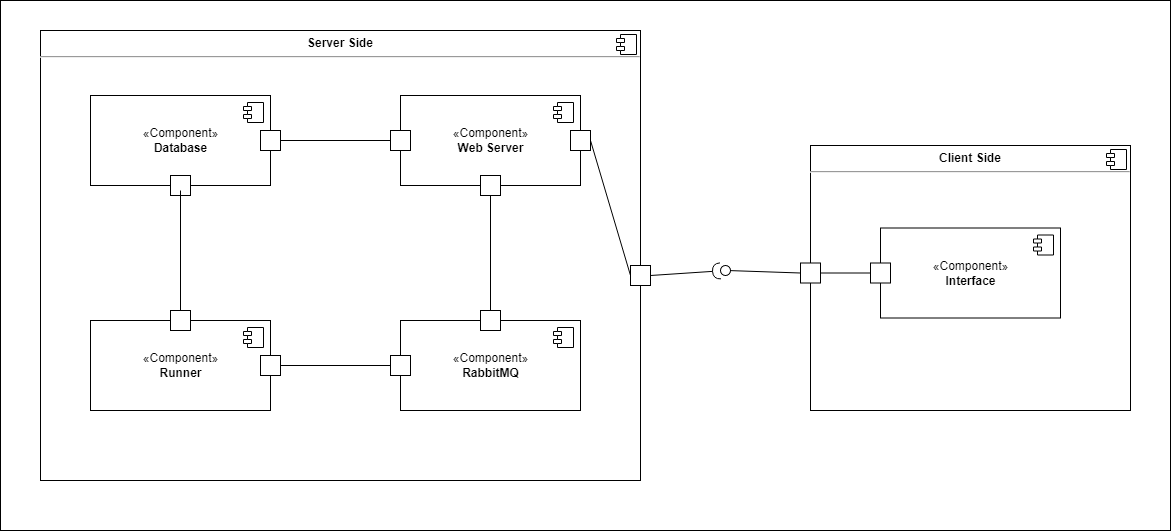
The draw.io diagram resources/component.png in eshelukhina/HSE2022-MyHWProj, before a commit. Source tidied: cells renumbered, new cells last; positions are measured from the earlier drawing's top-left corner, leaving out a move shared by most shapes.
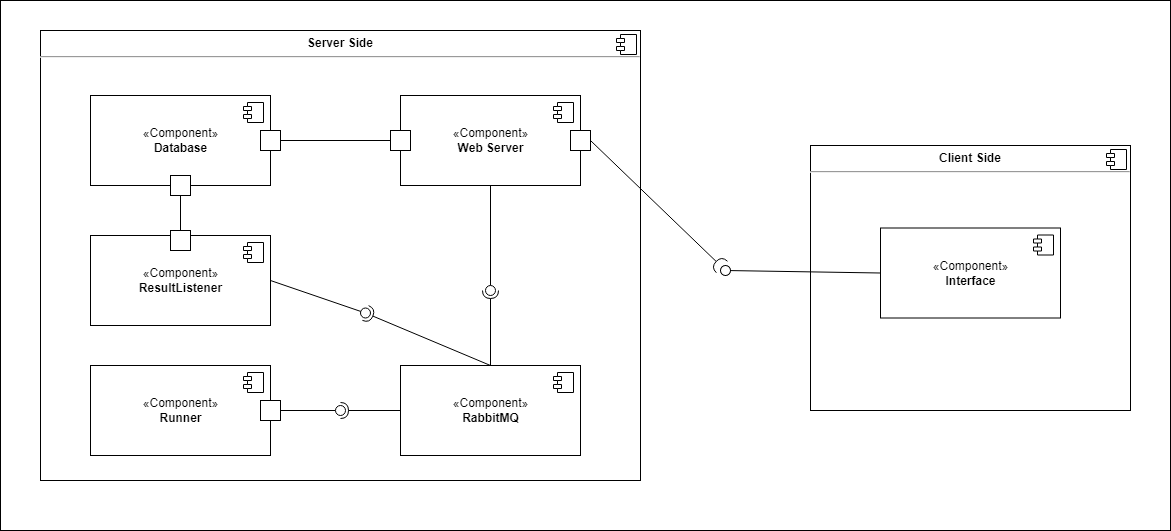
Above is the later version.

The edit, as a diff of the source:
```diff
@@ -5,137 +5,137 @@
     <mxCell id="2" style="rounded=0;whiteSpace=wrap;html=1;fontSize=34;" parent="1" vertex="1">
       <mxGeometry width="1170" height="530" as="geometry" />
     </mxCell>
-    <mxCell id="3" value="&lt;p style=&quot;margin:0px;margin-top:6px;text-align:center;&quot;&gt;&lt;b&gt;Client Side&lt;/b&gt;&lt;/p&gt;&lt;hr&gt;&lt;p style=&quot;margin:0px;margin-left:8px;&quot;&gt;&lt;br&gt;&lt;/p&gt;" style="align=left;overflow=fill;html=1;fontSize=12;" parent="1" vertex="1">
-      <mxGeometry x="810" y="145" width="320" height="265" as="geometry" />
+    <mxCell id="3" value="&lt;p style=&quot;margin:0px;margin-top:6px;text-align:center;&quot;&gt;&lt;b&gt;Server Side&lt;/b&gt;&lt;/p&gt;&lt;hr&gt;&lt;p style=&quot;margin:0px;margin-left:8px;&quot;&gt;&lt;br&gt;&lt;/p&gt;" style="align=left;overflow=fill;html=1;fontSize=12;" parent="1" vertex="1">
+      <mxGeometry x="40" y="30" width="600" height="450" as="geometry" />
     </mxCell>
     <mxCell id="4" style="shape=component;jettyWidth=8;jettyHeight=4;fontSize=12;" parent="3" vertex="1">
       <mxGeometry x="1" width="20" height="20" relative="1" as="geometry">
         <mxPoint x="-24" y="4" as="offset" />
       </mxGeometry>
     </mxCell>
-    <mxCell id="5" style="rounded=0;whiteSpace=wrap;html=1;fontSize=12;" parent="1" vertex="1">
-      <mxGeometry x="800" y="262.5" width="20" height="20" as="geometry" />
+    <mxCell id="5" value="&lt;p style=&quot;margin:0px;margin-top:6px;text-align:center;&quot;&gt;&lt;b&gt;Client Side&lt;/b&gt;&lt;/p&gt;&lt;hr&gt;&lt;p style=&quot;margin:0px;margin-left:8px;&quot;&gt;&lt;br&gt;&lt;/p&gt;" style="align=left;overflow=fill;html=1;fontSize=12;" parent="1" vertex="1">
+      <mxGeometry x="810" y="145" width="320" height="265" as="geometry" />
     </mxCell>
-    <mxCell id="6" style="rounded=0;jettySize=auto;html=1;endArrow=halfCircle;endFill=0;endSize=6;strokeWidth=1;sketch=0;fontSize=12;exitX=1;exitY=0.5;exitDx=0;exitDy=0;" parent="1" edge="1" source="30" target="21">
-      <mxGeometry relative="1" as="geometry" />
+    <mxCell id="6" style="shape=component;jettyWidth=8;jettyHeight=4;fontSize=12;" parent="5" vertex="1">
+      <mxGeometry x="1" width="20" height="20" relative="1" as="geometry">
+        <mxPoint x="-24" y="4" as="offset" />
+      </mxGeometry>
     </mxCell>
-    <mxCell id="7" style="rounded=0;jettySize=auto;html=1;endArrow=none;endFill=0;sketch=0;targetPerimeterSpacing=0;fontSize=12;exitX=0;exitY=0.5;exitDx=0;exitDy=0;startArrow=none;" parent="1" edge="1" source="21">
-      <mxGeometry relative="1" as="geometry">
-        <mxPoint x="730" y="270" as="targetPoint" />
-      </mxGeometry>
+    <mxCell id="7" style="rounded=0;jettySize=auto;html=1;endArrow=halfCircle;endFill=0;endSize=6;strokeWidth=1;sketch=0;fontSize=12;exitX=1;exitY=0.5;exitDx=0;exitDy=0;" parent="1" edge="1" source="21" target="19">
+      <mxGeometry relative="1" as="geometry" />
     </mxCell>
-    <mxCell id="8" style="whiteSpace=wrap;html=1;" parent="1" vertex="1">
-      <mxGeometry x="280" y="260" width="30" height="30" as="geometry" />
+    <mxCell id="8" style="rounded=0;jettySize=auto;html=1;endArrow=none;endFill=0;sketch=0;targetPerimeterSpacing=0;fontSize=12;exitX=0;exitY=0.5;exitDx=0;exitDy=0;startArrow=none;" parent="1" edge="1" source="19">
+      <mxGeometry relative="1" as="geometry">
+        <mxPoint x="730" y="270" as="targetPoint" />
+      </mxGeometry>
     </mxCell>
-    <mxCell id="9" value="&lt;p style=&quot;margin:0px;margin-top:6px;text-align:center;&quot;&gt;&lt;b&gt;Server Side&lt;/b&gt;&lt;/p&gt;&lt;hr&gt;&lt;p style=&quot;margin:0px;margin-left:8px;&quot;&gt;&lt;br&gt;&lt;/p&gt;" style="align=left;overflow=fill;html=1;fontSize=12;" parent="1" vertex="1">
-      <mxGeometry x="40" y="30" width="600" height="450" as="geometry" />
+    <mxCell id="9" value="«Component»&lt;br&gt;&lt;b&gt;Runner&lt;/b&gt;" style="html=1;fontSize=12;" parent="1" vertex="1">
+      <mxGeometry x="90" y="365" width="180" height="90" as="geometry" />
     </mxCell>
-    <mxCell id="10" style="shape=component;jettyWidth=8;jettyHeight=4;fontSize=12;" parent="9" vertex="1">
+    <mxCell id="10" style="shape=module;jettyWidth=8;jettyHeight=4;fontSize=12;" parent="9" vertex="1">
       <mxGeometry x="1" width="20" height="20" relative="1" as="geometry">
-        <mxPoint x="-24" y="4" as="offset" />
+        <mxPoint x="-27" y="7" as="offset" />
       </mxGeometry>
     </mxCell>
-    <mxCell id="11" value="«Component»&lt;br&gt;&lt;b&gt;Runner&lt;/b&gt;" style="html=1;fontSize=12;" parent="1" vertex="1">
-      <mxGeometry x="90" y="320" width="180" height="90" as="geometry" />
+    <mxCell id="11" value="«Component»&lt;br&gt;&lt;b&gt;Database&lt;/b&gt;" style="html=1;fontSize=12;" parent="1" vertex="1">
+      <mxGeometry x="90" y="95" width="180" height="90" as="geometry" />
     </mxCell>
     <mxCell id="12" style="shape=module;jettyWidth=8;jettyHeight=4;fontSize=12;" parent="11" vertex="1">
       <mxGeometry x="1" width="20" height="20" relative="1" as="geometry">
         <mxPoint x="-27" y="7" as="offset" />
       </mxGeometry>
     </mxCell>
-    <mxCell id="13" value="«Component»&lt;br&gt;&lt;b&gt;Database&lt;/b&gt;" style="html=1;fontSize=12;" parent="1" vertex="1">
-      <mxGeometry x="90" y="95" width="180" height="90" as="geometry" />
+    <mxCell id="13" value="«Component»&lt;br&gt;&lt;b&gt;RabbitMQ&lt;/b&gt;" style="html=1;fontSize=12;" parent="1" vertex="1">
+      <mxGeometry x="400" y="365" width="180" height="90" as="geometry" />
     </mxCell>
     <mxCell id="14" style="shape=module;jettyWidth=8;jettyHeight=4;fontSize=12;" parent="13" vertex="1">
       <mxGeometry x="1" width="20" height="20" relative="1" as="geometry">
         <mxPoint x="-27" y="7" as="offset" />
       </mxGeometry>
     </mxCell>
-    <mxCell id="15" value="«Component»&lt;br&gt;&lt;b&gt;RabbitMQ&lt;/b&gt;" style="html=1;fontSize=12;" parent="1" vertex="1">
-      <mxGeometry x="400" y="320" width="180" height="90" as="geometry" />
+    <mxCell id="15" value="«Component»&lt;br&gt;&lt;b&gt;Interface&lt;/b&gt;" style="html=1;fontSize=12;" parent="1" vertex="1">
+      <mxGeometry x="880" y="227.5" width="180" height="90" as="geometry" />
     </mxCell>
     <mxCell id="16" style="shape=module;jettyWidth=8;jettyHeight=4;fontSize=12;" parent="15" vertex="1">
       <mxGeometry x="1" width="20" height="20" relative="1" as="geometry">
         <mxPoint x="-27" y="7" as="offset" />
       </mxGeometry>
     </mxCell>
-    <mxCell id="17" value="«Component»&lt;br&gt;&lt;b&gt;Interface&lt;/b&gt;" style="html=1;fontSize=12;" parent="1" vertex="1">
-      <mxGeometry x="880" y="227.5" width="180" height="90" as="geometry" />
+    <mxCell id="17" value="«Component»&lt;br&gt;&lt;b&gt;Web Server&lt;/b&gt;" style="html=1;fontSize=12;" parent="1" vertex="1">
+      <mxGeometry x="400" y="95" width="180" height="90" as="geometry" />
     </mxCell>
     <mxCell id="18" style="shape=module;jettyWidth=8;jettyHeight=4;fontSize=12;" parent="17" vertex="1">
       <mxGeometry x="1" width="20" height="20" relative="1" as="geometry">
         <mxPoint x="-27" y="7" as="offset" />
       </mxGeometry>
     </mxCell>
-    <mxCell id="19" value="«Component»&lt;br&gt;&lt;b&gt;Web Server&lt;/b&gt;" style="html=1;fontSize=12;" parent="1" vertex="1">
-      <mxGeometry x="400" y="95" width="180" height="90" as="geometry" />
+    <mxCell id="19" style="ellipse;whiteSpace=wrap;html=1;align=center;points=[];outlineConnect=0;sketch=0;fontSize=12;rotation=45;" parent="1" vertex="1">
+      <mxGeometry x="720" y="265" width="10" height="10" as="geometry" />
     </mxCell>
-    <mxCell id="20" style="shape=module;jettyWidth=8;jettyHeight=4;fontSize=12;" parent="19" vertex="1">
-      <mxGeometry x="1" width="20" height="20" relative="1" as="geometry">
-        <mxPoint x="-27" y="7" as="offset" />
-      </mxGeometry>
+    <mxCell id="20" style="rounded=0;jettySize=auto;html=1;endArrow=none;endFill=0;sketch=0;sourcePerimeterSpacing=0;fontSize=12;exitX=0;exitY=0.5;exitDx=0;exitDy=0;" parent="1" edge="1" source="15" target="19">
+      <mxGeometry relative="1" as="geometry" />
     </mxCell>
-    <mxCell id="21" style="ellipse;whiteSpace=wrap;html=1;align=center;points=[];outlineConnect=0;sketch=0;fontSize=12;rotation=45;" parent="1" vertex="1">
-      <mxGeometry x="720" y="265" width="10" height="10" as="geometry" />
+    <mxCell id="21" style="rounded=0;whiteSpace=wrap;html=1;fontSize=12;" parent="1" vertex="1">
+      <mxGeometry x="570" y="130" width="20" height="20" as="geometry" />
     </mxCell>
-    <mxCell id="22" style="rounded=0;jettySize=auto;html=1;endArrow=none;endFill=0;sketch=0;sourcePerimeterSpacing=0;fontSize=12;exitX=0;exitY=0.5;exitDx=0;exitDy=0;" parent="1" edge="1" source="5" target="21">
-      <mxGeometry relative="1" as="geometry" />
+    <mxCell id="22" style="rounded=0;whiteSpace=wrap;html=1;fontSize=12;" parent="1" vertex="1">
+      <mxGeometry x="390" y="130" width="20" height="20" as="geometry" />
     </mxCell>
     <mxCell id="23" style="rounded=0;whiteSpace=wrap;html=1;fontSize=12;" parent="1" vertex="1">
-      <mxGeometry x="870" y="262.5" width="20" height="20" as="geometry" />
+      <mxGeometry x="170" y="175" width="20" height="20" as="geometry" />
     </mxCell>
     <mxCell id="24" style="rounded=0;whiteSpace=wrap;html=1;fontSize=12;" parent="1" vertex="1">
-      <mxGeometry x="170" y="310" width="20" height="20" as="geometry" />
+      <mxGeometry x="260" y="400" width="20" height="20" as="geometry" />
     </mxCell>
     <mxCell id="25" style="rounded=0;whiteSpace=wrap;html=1;fontSize=12;" parent="1" vertex="1">
-      <mxGeometry x="390" y="355" width="20" height="20" as="geometry" />
+      <mxGeometry x="260" y="130" width="20" height="20" as="geometry" />
     </mxCell>
     <mxCell id="26" style="rounded=0;whiteSpace=wrap;html=1;fontSize=12;" parent="1" vertex="1">
-      <mxGeometry x="570" y="130" width="20" height="20" as="geometry" />
+      <mxGeometry x="390" y="130" width="20" height="20" as="geometry" />
     </mxCell>
-    <mxCell id="27" style="rounded=0;whiteSpace=wrap;html=1;fontSize=12;" parent="1" vertex="1">
-      <mxGeometry x="390" y="130" width="20" height="20" as="geometry" />
+    <mxCell id="27" style="rounded=0;jettySize=auto;html=1;endArrow=none;endFill=0;sketch=0;sourcePerimeterSpacing=0;fontSize=12;exitX=1;exitY=0.5;exitDx=0;exitDy=0;entryX=0;entryY=0.5;entryDx=0;entryDy=0;" parent="1" edge="1" source="25" target="26">
+      <mxGeometry relative="1" as="geometry" />
     </mxCell>
-    <mxCell id="28" style="rounded=0;whiteSpace=wrap;html=1;fontSize=12;" parent="1" vertex="1">
-      <mxGeometry x="170" y="175" width="20" height="20" as="geometry" />
+    <mxCell id="28" value="«Component»&lt;br&gt;&lt;b&gt;ResultListener&lt;/b&gt;" style="html=1;fontSize=12;" parent="1" vertex="1">
+      <mxGeometry x="90" y="235" width="180" height="90" as="geometry" />
     </mxCell>
-    <mxCell id="29" style="rounded=0;whiteSpace=wrap;html=1;fontSize=12;" parent="1" vertex="1">
-      <mxGeometry x="260" y="355" width="20" height="20" as="geometry" />
+    <mxCell id="29" style="shape=module;jettyWidth=8;jettyHeight=4;fontSize=12;" parent="28" vertex="1">
+      <mxGeometry x="1" width="20" height="20" relative="1" as="geometry">
+        <mxPoint x="-27" y="7" as="offset" />
+      </mxGeometry>
     </mxCell>
     <mxCell id="30" style="rounded=0;whiteSpace=wrap;html=1;fontSize=12;" parent="1" vertex="1">
-      <mxGeometry x="630" y="265" width="20" height="20" as="geometry" />
+      <mxGeometry x="170" y="230" width="20" height="20" as="geometry" />
     </mxCell>
-    <mxCell id="31" style="rounded=0;whiteSpace=wrap;html=1;fontSize=12;" parent="1" vertex="1">
-      <mxGeometry x="260" y="130" width="20" height="20" as="geometry" />
+    <mxCell id="31" style="rounded=0;jettySize=auto;html=1;endArrow=none;endFill=0;sketch=0;sourcePerimeterSpacing=0;fontSize=12;entryX=0.5;entryY=0;entryDx=0;entryDy=0;exitX=0.5;exitY=1;exitDx=0;exitDy=0;" parent="1" edge="1" source="23" target="30">
+      <mxGeometry relative="1" as="geometry" />
     </mxCell>
-    <mxCell id="32" style="rounded=0;jettySize=auto;html=1;endArrow=none;endFill=0;sketch=0;sourcePerimeterSpacing=0;fontSize=12;exitX=0;exitY=0.5;exitDx=0;exitDy=0;entryX=1;entryY=0.5;entryDx=0;entryDy=0;" parent="1" edge="1" source="23" target="5">
+    <mxCell id="32" style="rounded=0;jettySize=auto;html=1;endArrow=none;endFill=0;sketch=0;sourcePerimeterSpacing=0;targetPerimeterSpacing=0;exitX=0.5;exitY=1;exitDx=0;exitDy=0;" parent="1" edge="1" source="17" target="34">
       <mxGeometry relative="1" as="geometry" />
     </mxCell>
-    <mxCell id="33" style="rounded=0;jettySize=auto;html=1;endArrow=none;endFill=0;sketch=0;sourcePerimeterSpacing=0;fontSize=12;exitX=1;exitY=0.5;exitDx=0;exitDy=0;entryX=0;entryY=0.5;entryDx=0;entryDy=0;" parent="1" edge="1" source="26" target="30">
+    <mxCell id="33" style="rounded=0;jettySize=auto;html=1;endArrow=halfCircle;endFill=0;entryX=0.5;entryY=0.5;endSize=6;strokeWidth=1;sketch=0;exitX=0.5;exitY=0;exitDx=0;exitDy=0;" parent="1" edge="1" source="13" target="34">
       <mxGeometry relative="1" as="geometry" />
     </mxCell>
-    <mxCell id="34" style="rounded=0;jettySize=auto;html=1;endArrow=none;endFill=0;sketch=0;sourcePerimeterSpacing=0;fontSize=12;exitX=0.5;exitY=0;exitDx=0;exitDy=0;entryX=0.5;entryY=1;entryDx=0;entryDy=0;" parent="1" edge="1" source="36" target="37">
-      <mxGeometry relative="1" as="geometry" />
+    <mxCell id="34" style="ellipse;whiteSpace=wrap;html=1;align=center;points=[];outlineConnect=0;sketch=0;" parent="1" vertex="1">
+      <mxGeometry x="485" y="285" width="10" height="10" as="geometry" />
     </mxCell>
-    <mxCell id="35" style="rounded=0;whiteSpace=wrap;html=1;fontSize=12;" parent="1" vertex="1">
-      <mxGeometry x="390" y="130" width="20" height="20" as="geometry" />
+    <mxCell id="35" style="rounded=0;jettySize=auto;html=1;endArrow=none;endFill=0;sketch=0;sourcePerimeterSpacing=0;targetPerimeterSpacing=0;exitX=1;exitY=0.5;exitDx=0;exitDy=0;" parent="1" edge="1" source="24" target="37">
+      <mxGeometry relative="1" as="geometry" />
     </mxCell>
-    <mxCell id="36" style="rounded=0;whiteSpace=wrap;html=1;fontSize=12;" parent="1" vertex="1">
-      <mxGeometry x="480" y="310" width="20" height="20" as="geometry" />
+    <mxCell id="36" style="rounded=0;jettySize=auto;html=1;endArrow=halfCircle;endFill=0;entryX=0.5;entryY=0.5;endSize=6;strokeWidth=1;sketch=0;exitX=0;exitY=0.5;exitDx=0;exitDy=0;" parent="1" edge="1" source="13" target="37">
+      <mxGeometry relative="1" as="geometry" />
     </mxCell>
-    <mxCell id="37" style="rounded=0;whiteSpace=wrap;html=1;fontSize=12;" parent="1" vertex="1">
-      <mxGeometry x="480" y="175" width="20" height="20" as="geometry" />
+    <mxCell id="37" style="ellipse;whiteSpace=wrap;html=1;align=center;points=[];outlineConnect=0;sketch=0;" parent="1" vertex="1">
+      <mxGeometry x="335" y="405" width="10" height="10" as="geometry" />
     </mxCell>
-    <mxCell id="38" style="rounded=0;jettySize=auto;html=1;endArrow=none;endFill=0;sketch=0;sourcePerimeterSpacing=0;fontSize=12;exitX=1;exitY=0.5;exitDx=0;exitDy=0;entryX=0;entryY=0.5;entryDx=0;entryDy=0;" parent="1" edge="1" source="29" target="25">
+    <mxCell id="38" style="rounded=0;jettySize=auto;html=1;endArrow=none;endFill=0;sketch=0;sourcePerimeterSpacing=0;targetPerimeterSpacing=0;exitX=1;exitY=0.5;exitDx=0;exitDy=0;" parent="1" edge="1" source="28" target="40">
       <mxGeometry relative="1" as="geometry" />
     </mxCell>
-    <mxCell id="39" style="rounded=0;jettySize=auto;html=1;endArrow=none;endFill=0;sketch=0;sourcePerimeterSpacing=0;fontSize=12;exitX=0.5;exitY=0;exitDx=0;exitDy=0;" parent="1" edge="1" source="24">
-      <mxGeometry relative="1" as="geometry">
-        <mxPoint x="180" y="190" as="targetPoint" />
-      </mxGeometry>
+    <mxCell id="39" style="rounded=0;jettySize=auto;html=1;endArrow=halfCircle;endFill=0;entryX=0.5;entryY=0.5;endSize=6;strokeWidth=1;sketch=0;exitX=0.5;exitY=0;exitDx=0;exitDy=0;" parent="1" edge="1" source="13" target="40">
+      <mxGeometry relative="1" as="geometry" />
     </mxCell>
-    <mxCell id="40" style="rounded=0;jettySize=auto;html=1;endArrow=none;endFill=0;sketch=0;sourcePerimeterSpacing=0;fontSize=12;exitX=1;exitY=0.5;exitDx=0;exitDy=0;entryX=0;entryY=0.5;entryDx=0;entryDy=0;" parent="1" edge="1" source="31" target="35">
-      <mxGeometry relative="1" as="geometry" />
+    <mxCell id="40" style="ellipse;whiteSpace=wrap;html=1;align=center;points=[];outlineConnect=0;sketch=0;" parent="1" vertex="1">
+      <mxGeometry x="360" y="307.5" width="10" height="10" as="geometry" />
     </mxCell>
   </root>
 </mxGraphModel>
```
